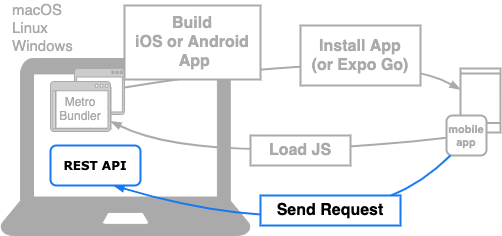
The draw.io diagram docs/react-native/learn/todo-app/networking/add-api-to-env.png in ws-4020/mobile-app-crib-notes, before a commit. Source tidied: cells renumbered, new cells last; positions are measured from the earlier drawing's top-left corner, leaving out a move shared by most shapes.
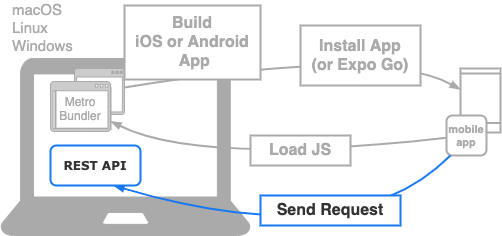
The same file after the commit.

Commit message:
fontの色が違うというデザイナーの指摘に対応

Change to the diagram source:
```diff
@@ -58,10 +58,10 @@
         </Array>
       </mxGeometry>
     </mxCell>
-    <mxCell id="16" value="Send Request" style="rounded=0;whiteSpace=wrap;html=1;labelBackgroundColor=#ffffff;strokeWidth=2;fillColor=#ffffff;fontSize=16;fontStyle=1;perimeterSpacing=0;strokeColor=#1778F2;fontColor=#000;" parent="1" vertex="1">
+    <mxCell id="16" value="Send Request" style="rounded=0;whiteSpace=wrap;html=1;labelBackgroundColor=#ffffff;strokeWidth=2;fillColor=#ffffff;fontSize=16;fontStyle=1;perimeterSpacing=0;strokeColor=#1778F2;fontColor=#333;" parent="1" vertex="1">
       <mxGeometry x="260" y="190" width="140" height="30" as="geometry" />
     </mxCell>
-    <mxCell id="17" value="&lt;font face=&quot;Verdana&quot;&gt;REST API&lt;/font&gt;" style="rounded=1;whiteSpace=wrap;html=1;fontSize=12;fontStyle=1;strokeColor=#1778F2;strokeWidth=2;" parent="1" vertex="1">
+    <mxCell id="17" value="&lt;font face=&quot;Verdana&quot;&gt;REST API&lt;/font&gt;" style="rounded=1;whiteSpace=wrap;html=1;fontSize=12;fontStyle=1;strokeColor=#1778F2;strokeWidth=2;fontColor=#333;" parent="1" vertex="1">
       <mxGeometry x="50" y="140" width="90" height="40" as="geometry" />
     </mxCell>
   </root>
```
